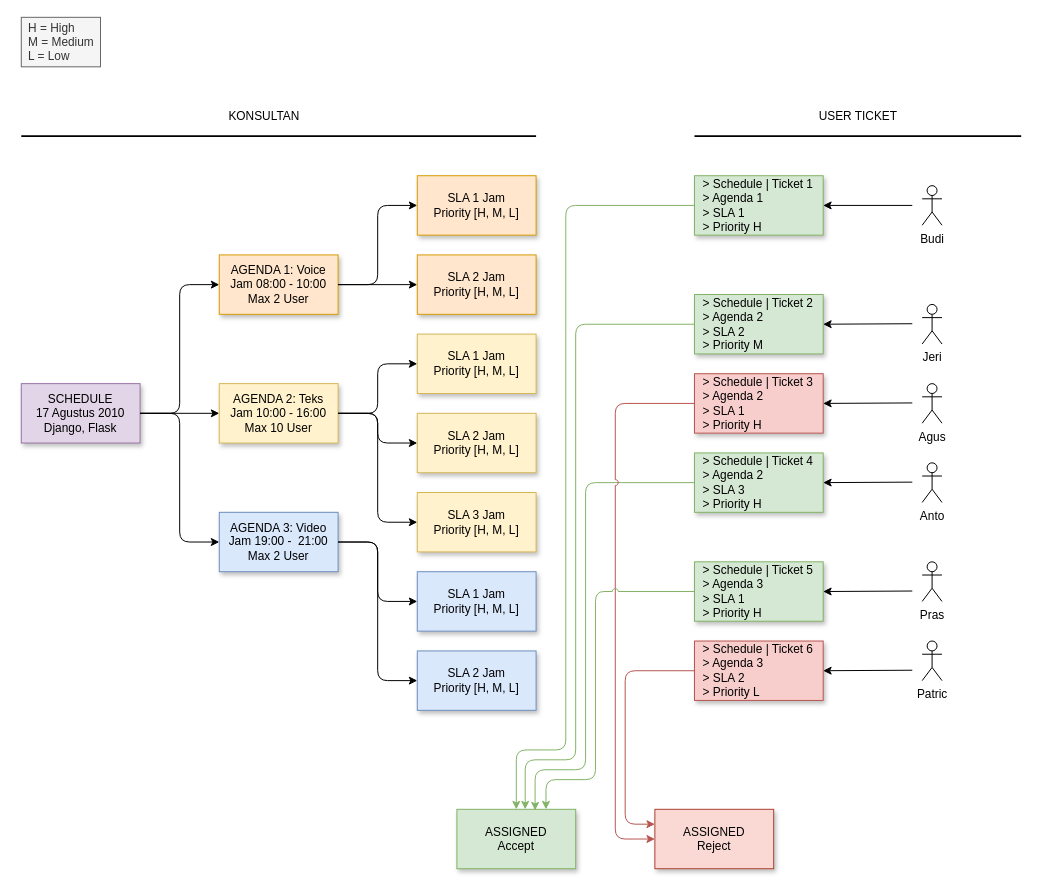
Before: Untitled Diagram.drawio in PUYUP/sputnik, a draw.io diagram. Source tidied: cells renumbered, new cells numbered last; positions are measured from the earlier drawing's top-left corner, leaving out a move shared by most shapes. Both pictures are drawn from the tidied source at 99%, with x=0, y=0 at pixel (21, 17).
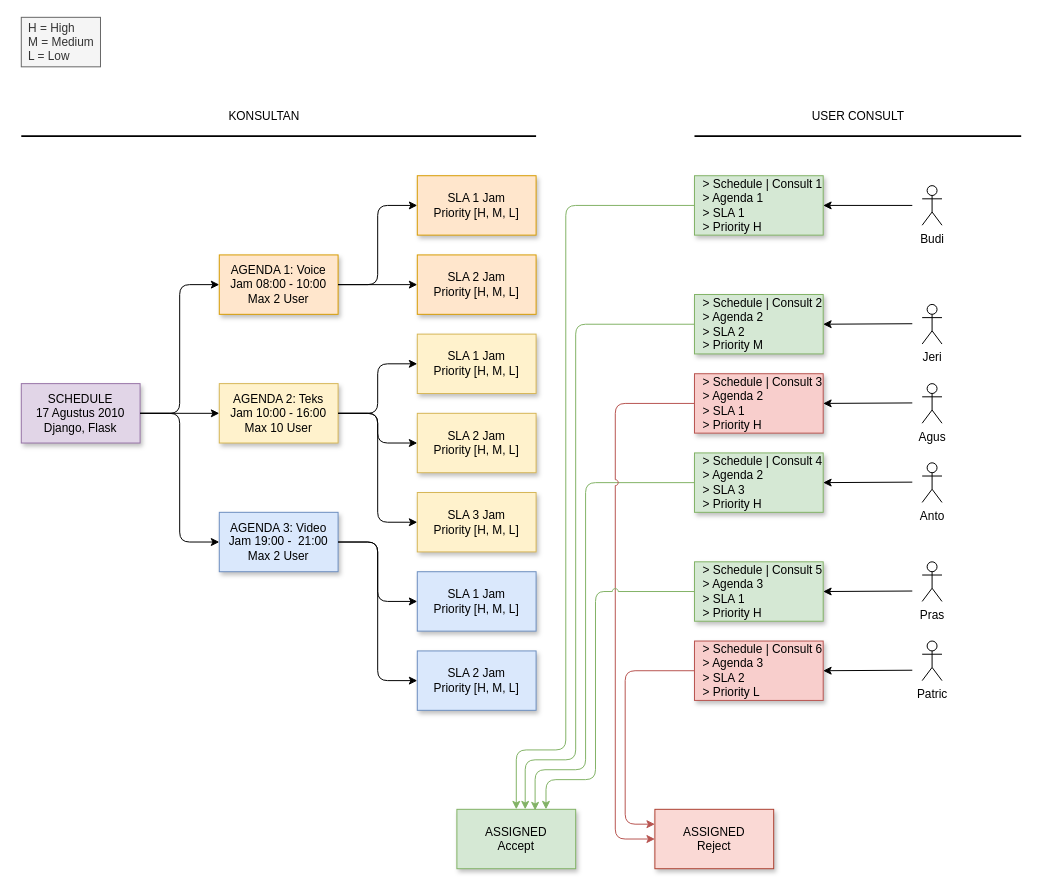
The same diagram, later.

What changed in the source:
```diff
@@
-    <mxCell id="24" value="&amp;nbsp; &amp;gt; Schedule | Ticket 1&lt;br&gt;&amp;nbsp; &amp;gt; Agenda 1&lt;br&gt;&amp;nbsp; &amp;gt; SLA 1&lt;br&gt;&amp;nbsp; &amp;gt; Priority H" style="rounded=0;whiteSpace=wrap;html=1;shadow=1;labelBackgroundColor=none;fillColor=#d5e8d4;strokeColor=#82b366;sketch=0;align=left;" parent="1" vertex="1">
+    <mxCell id="24" value="&amp;nbsp; &amp;gt; Schedule | Consult 1&lt;br&gt;&amp;nbsp; &amp;gt; Agenda 1&lt;br&gt;&amp;nbsp; &amp;gt; SLA 1&lt;br&gt;&amp;nbsp; &amp;gt; Priority H" style="rounded=0;whiteSpace=wrap;html=1;shadow=1;labelBackgroundColor=none;fillColor=#d5e8d4;strokeColor=#82b366;sketch=0;align=left;" parent="1" vertex="1">
       <mxGeometry x="680" y="160" width="130" height="60" as="geometry" />
     </mxCell>
@@
-    <mxCell id="28" value="&amp;nbsp; &amp;gt; Schedule&amp;nbsp;| Ticket 2&lt;br&gt;&amp;nbsp; &amp;gt; Agenda 2&lt;br&gt;&amp;nbsp; &amp;gt; SLA 2&lt;br&gt;&amp;nbsp; &amp;gt; Priority M" style="rounded=0;whiteSpace=wrap;html=1;shadow=1;labelBackgroundColor=none;fillColor=#d5e8d4;strokeColor=#82b366;sketch=0;align=left;" parent="1" vertex="1">
+    <mxCell id="28" value="&amp;nbsp; &amp;gt; Schedule&amp;nbsp;| Consult 2&lt;br&gt;&amp;nbsp; &amp;gt; Agenda 2&lt;br&gt;&amp;nbsp; &amp;gt; SLA 2&lt;br&gt;&amp;nbsp; &amp;gt; Priority M" style="rounded=0;whiteSpace=wrap;html=1;shadow=1;labelBackgroundColor=none;fillColor=#d5e8d4;strokeColor=#82b366;sketch=0;align=left;" parent="1" vertex="1">
       <mxGeometry x="680" y="280" width="130" height="60" as="geometry" />
     </mxCell>
-    <mxCell id="29" value="&amp;nbsp; &amp;gt; Schedule&amp;nbsp;| Ticket 3&lt;br&gt;&amp;nbsp; &amp;gt; Agenda 2&lt;br&gt;&amp;nbsp; &amp;gt; SLA 1&lt;br&gt;&amp;nbsp; &amp;gt; Priority H" style="rounded=0;whiteSpace=wrap;html=1;shadow=1;labelBackgroundColor=none;fillColor=#f8cecc;strokeColor=#b85450;sketch=0;align=left;" parent="1" vertex="1">
+    <mxCell id="29" value="&amp;nbsp; &amp;gt; Schedule&amp;nbsp;| Consult 3&lt;br&gt;&amp;nbsp; &amp;gt; Agenda 2&lt;br&gt;&amp;nbsp; &amp;gt; SLA 1&lt;br&gt;&amp;nbsp; &amp;gt; Priority H" style="rounded=0;whiteSpace=wrap;html=1;shadow=1;labelBackgroundColor=none;fillColor=#f8cecc;strokeColor=#b85450;sketch=0;align=left;" parent="1" vertex="1">
       <mxGeometry x="680" y="360" width="130" height="60" as="geometry" />
     </mxCell>
-    <mxCell id="30" value="&amp;nbsp; &amp;gt; Schedule&amp;nbsp;| Ticket 4&lt;br&gt;&amp;nbsp; &amp;gt; Agenda 2&lt;br&gt;&amp;nbsp; &amp;gt; SLA 3&lt;br&gt;&amp;nbsp; &amp;gt; Priority H" style="rounded=0;whiteSpace=wrap;html=1;shadow=1;labelBackgroundColor=none;fillColor=#d5e8d4;strokeColor=#82b366;sketch=0;align=left;" parent="1" vertex="1">
+    <mxCell id="30" value="&amp;nbsp; &amp;gt; Schedule&amp;nbsp;| Consult 4&lt;br&gt;&amp;nbsp; &amp;gt; Agenda 2&lt;br&gt;&amp;nbsp; &amp;gt; SLA 3&lt;br&gt;&amp;nbsp; &amp;gt; Priority H" style="rounded=0;whiteSpace=wrap;html=1;shadow=1;labelBackgroundColor=none;fillColor=#d5e8d4;strokeColor=#82b366;sketch=0;align=left;" parent="1" vertex="1">
       <mxGeometry x="680" y="440" width="130" height="60" as="geometry" />
     </mxCell>
@@
-    <mxCell id="38" value="&amp;nbsp; &amp;gt; Schedule&amp;nbsp;| Ticket 5&lt;br&gt;&amp;nbsp; &amp;gt; Agenda 3&lt;br&gt;&amp;nbsp; &amp;gt; SLA 1&lt;br&gt;&amp;nbsp; &amp;gt; Priority H" style="rounded=0;whiteSpace=wrap;html=1;shadow=1;labelBackgroundColor=none;fillColor=#d5e8d4;strokeColor=#82b366;sketch=0;align=left;" parent="1" vertex="1">
+    <mxCell id="38" value="&amp;nbsp; &amp;gt; Schedule&amp;nbsp;| Consult 5&lt;br&gt;&amp;nbsp; &amp;gt; Agenda 3&lt;br&gt;&amp;nbsp; &amp;gt; SLA 1&lt;br&gt;&amp;nbsp; &amp;gt; Priority H" style="rounded=0;whiteSpace=wrap;html=1;shadow=1;labelBackgroundColor=none;fillColor=#d5e8d4;strokeColor=#82b366;sketch=0;align=left;" parent="1" vertex="1">
       <mxGeometry x="680" y="550" width="130" height="60" as="geometry" />
     </mxCell>
-    <mxCell id="39" value="&amp;nbsp; &amp;gt; Schedule&amp;nbsp;| Ticket 6&lt;br&gt;&amp;nbsp; &amp;gt; Agenda 3&lt;br&gt;&amp;nbsp; &amp;gt; SLA 2&lt;br&gt;&amp;nbsp; &amp;gt; Priority L" style="rounded=0;whiteSpace=wrap;html=1;shadow=1;labelBackgroundColor=none;fillColor=#f8cecc;strokeColor=#b85450;sketch=0;align=left;" parent="1" vertex="1">
+    <mxCell id="39" value="&amp;nbsp; &amp;gt; Schedule&amp;nbsp;| Consult 6&lt;br&gt;&amp;nbsp; &amp;gt; Agenda 3&lt;br&gt;&amp;nbsp; &amp;gt; SLA 2&lt;br&gt;&amp;nbsp; &amp;gt; Priority L" style="rounded=0;whiteSpace=wrap;html=1;shadow=1;labelBackgroundColor=none;fillColor=#f8cecc;strokeColor=#b85450;sketch=0;align=left;" parent="1" vertex="1">
       <mxGeometry x="680" y="630" width="130" height="60" as="geometry" />
     </mxCell>
@@
-    <mxCell id="45" value="USER TICKET" style="text;html=1;align=center;verticalAlign=middle;" parent="1" vertex="1">
+    <mxCell id="45" value="USER CONSULT" style="text;html=1;align=center;verticalAlign=middle;" parent="1" vertex="1">
       <mxGeometry x="800" y="90" width="90" height="20" as="geometry" />
     </mxCell>
```
